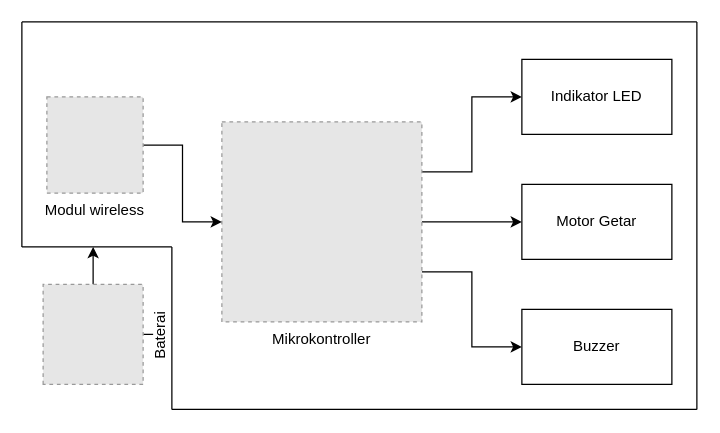
Earlier version of the draw.io diagram Block Diagram Alert Device.drawio (Akise17/Web-Design). Source tidied: cells renumbered, new cells numbered last; positions are measured from the earlier drawing's top-left corner, leaving out a move shared by most shapes. Both pictures are drawn from the tidied source at 125%, with x=0, y=0 at pixel (21, 21). Pictures stored in the file or linked from it are replaced by grey dashed boxes.
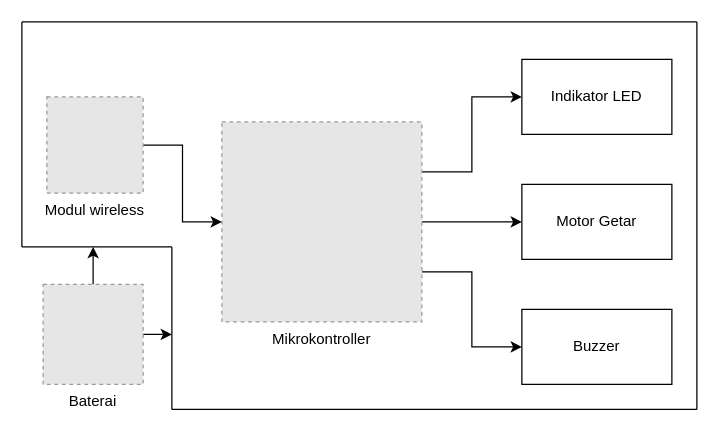
The same diagram, later.

Commit message:
change orientation baterai

The edit, as a diff of the source:
```diff
@@
-    <mxCell id="2" style="edgeStyle=orthogonalEdgeStyle;rounded=0;jettySize=auto;html=1;exitX=1;exitY=0.5;exitDx=0;exitDy=0;" parent="1" edge="1" source="4">
-      <mxGeometry relative="1" as="geometry">
-        <mxPoint x="57" y="180" as="targetPoint" />
-      </mxGeometry>
-    </mxCell>
-    <mxCell id="3" style="edgeStyle=orthogonalEdgeStyle;rounded=0;jettySize=auto;html=1;exitX=0.5;exitY=1;exitDx=0;exitDy=0;" parent="1" edge="1" source="4">
-      <mxGeometry relative="1" as="geometry">
-        <mxPoint x="120" y="250" as="targetPoint" />
-      </mxGeometry>
-    </mxCell>
+    <mxCell id="20" style="edgeStyle=orthogonalEdgeStyle;rounded=0;jettySize=auto;html=1;exitX=0.5;exitY=0;exitDx=0;exitDy=0;" parent="1" edge="1" source="4">
+      <mxGeometry relative="1" as="geometry">
+        <mxPoint x="57" y="180" as="targetPoint" />
+      </mxGeometry>
+    </mxCell>
+    <mxCell id="21" style="edgeStyle=orthogonalEdgeStyle;rounded=0;jettySize=auto;html=1;exitX=1;exitY=0.5;exitDx=0;exitDy=0;" parent="1" edge="1" source="4">
+      <mxGeometry relative="1" as="geometry">
+        <mxPoint x="120" y="250" as="targetPoint" />
+      </mxGeometry>
+    </mxCell>
-    <mxCell id="4" value="Baterai" style="fillColor=#E6E6E6;strokeColor=#999999;dashed=1;verticalLabelPosition=bottom;labelBackgroundColor=#ffffff;verticalAlign=top;rotation=-90;" parent="1" vertex="1">
+    <mxCell id="4" value="Baterai" style="fillColor=#E6E6E6;strokeColor=#999999;dashed=1;verticalLabelPosition=bottom;labelBackgroundColor=#ffffff;verticalAlign=top;rotation=0;" parent="1" vertex="1">
       <mxGeometry x="17" y="210" width="80" height="80" as="geometry" />
     </mxCell>
```
